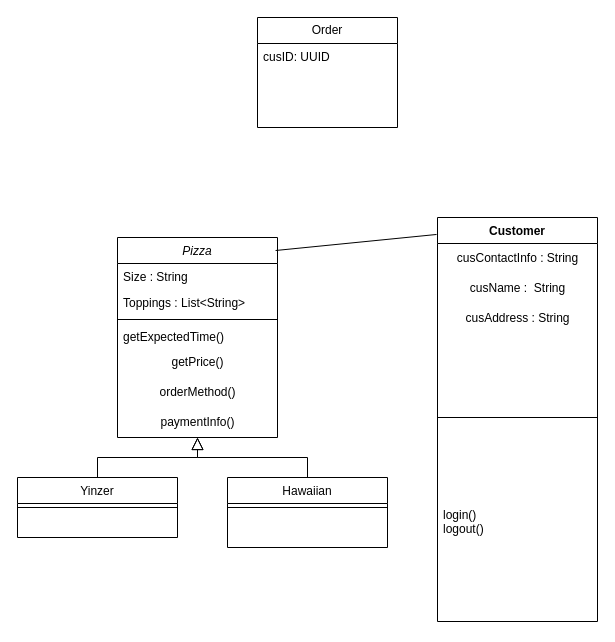
The draw.io diagram Class exercise pizza.drawio in sirfan123/1530, before the edit. Source tidied: cells renumbered, new cells numbered last; positions are measured from the earlier drawing's top-left corner, leaving out a move shared by most shapes. Both pictures are drawn from the tidied source at 100%, with x=0, y=0 at pixel (17, 17).
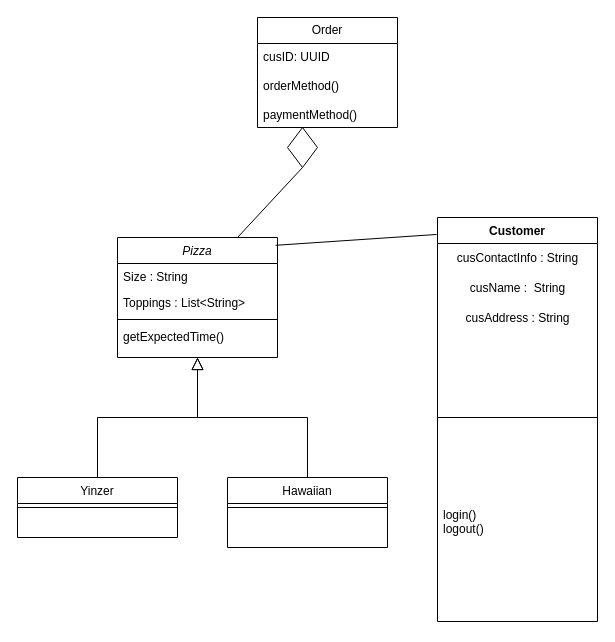
The same page after the edit.

The change refers to these unchanged cells:
```xml
<mxCell id="23" value="Order" style="swimlane;fontStyle=0;horizontal=1;startSize=26;fillColor=none;whiteSpace=wrap;html=1;" parent="1" vertex="1">
  <mxGeometry x="240" width="140" height="110" as="geometry" />
</mxCell>
```

What changed in the source:
```diff
@@
     <mxCell id="2" value="Pizza" style="swimlane;fontStyle=2;align=center;verticalAlign=top;horizontal=1;startSize=26;rounded=0;shadow=0;strokeWidth=1;" parent="1" vertex="1">
-      <mxGeometry x="100" y="220" width="160" height="200" as="geometry" />
+      <mxGeometry x="100" y="220" width="160" height="120" as="geometry" />
     </mxCell>
@@
-    <mxCell id="7" value="getPrice()" style="text;html=1;align=center;verticalAlign=middle;strokeColor=none;fillColor=none;" parent="2" vertex="1">
-      <mxGeometry y="110" width="160" height="30" as="geometry" />
-    </mxCell>
-    <mxCell id="8" value="orderMethod()" style="text;html=1;align=center;verticalAlign=middle;strokeColor=none;fillColor=none;" parent="2" vertex="1">
-      <mxGeometry y="140" width="160" height="30" as="geometry" />
-    </mxCell>
-    <mxCell id="9" value="paymentInfo()" style="text;html=1;align=center;verticalAlign=middle;strokeColor=none;fillColor=none;" parent="2" vertex="1">
-      <mxGeometry y="170" width="160" height="30" as="geometry" />
-    </mxCell>
@@
-    <mxCell id="24" value="cusID: UUID" style="text;strokeColor=none;fillColor=none;align=left;verticalAlign=top;spacingLeft=4;spacingRight=4;overflow=hidden;whiteSpace=wrap;html=1;" parent="23" vertex="1">
+    <mxCell id="24" value="cusID: UUID&lt;br&gt;&lt;br&gt;orderMethod()&lt;br&gt;&lt;br&gt;paymentMethod()" style="text;strokeColor=none;fillColor=none;align=left;verticalAlign=top;spacingLeft=4;spacingRight=4;overflow=hidden;whiteSpace=wrap;html=1;" parent="23" vertex="1">
       <mxGeometry y="26" width="140" height="84" as="geometry" />
     </mxCell>
+    <mxCell id="25" style="rhombus;whiteSpace=wrap;html=1;" parent="1" vertex="1">
+      <mxGeometry x="270" y="110" width="30" height="40" as="geometry" />
+    </mxCell>
+    <mxCell id="26" style="endArrow=none;html=1;rounded=0;entryX=0.5;entryY=1;entryDx=0;entryDy=0;exitX=0.75;exitY=0;exitDx=0;exitDy=0;" parent="1" edge="1" source="2" target="25">
+      <mxGeometry relative="1" as="geometry" />
+    </mxCell>
```
